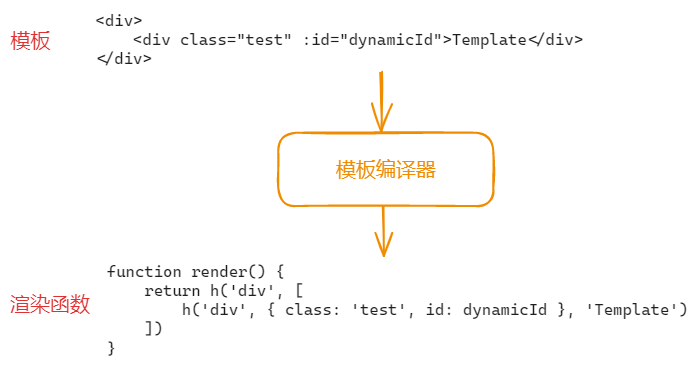
The Excalidraw diagram public/template-to-render.excalidraw.png in w2xi/vue3-slides, before a commit. Source tidied: one line per element, renumbered; positions are measured from the earlier drawing's top-left corner, leaving out a move shared by most shapes.
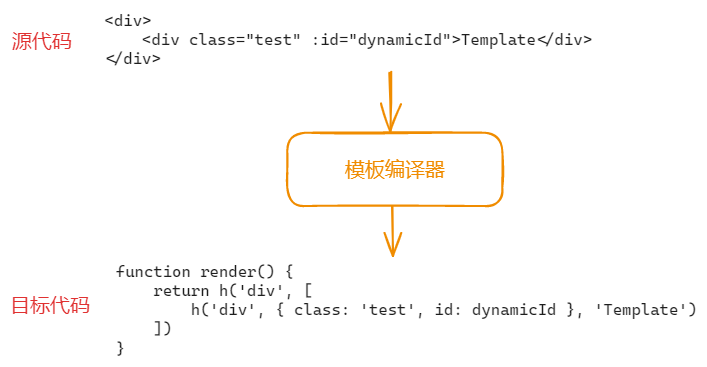
Later version of the same file.

What changed in the source:
```diff
@@ -4,5 +4,5 @@
 {"id": 3, "type": "text", "text": "模板编译器", "strokeColor": "#f08c00", "strokeWidth": 2, "roughness": 1, "fontSize": 20, "fontFamily": 3, "textAlign": "center", "verticalAlign": "middle", "inside": 2, "x": 326, "y": 147, "width": 100, "height": 24}
 {"id": 4, "type": "arrow", "strokeColor": "#f08c00", "strokeWidth": 2, "roughness": 1, "endArrowhead": "arrow", "round": true, "from": 0, "to": 2, "x": 371, "y": 63, "width": 0, "height": 59, "points": [[0, 0], [0, 59]]}
 {"id": 5, "type": "arrow", "strokeColor": "#f08c00", "strokeWidth": 2, "roughness": 1, "endArrowhead": "arrow", "round": true, "from": 2, "to": 1, "x": 373, "y": 196, "width": 0, "height": 49, "points": [[0, 0], [0, 49]]}
-{"id": 6, "type": "text", "text": "模板", "strokeColor": "#e03131", "strokeWidth": 2, "roughness": 1, "fontSize": 20, "fontFamily": 3, "x": 0, "y": 18, "width": 40, "height": 24}
+{"id": 6, "type": "text", "text": "源代码", "strokeColor": "#e03131", "strokeWidth": 2, "roughness": 1, "fontSize": 20, "fontFamily": 3, "x": -7, "y": 19, "width": 60, "height": 24}
-{"id": 7, "type": "text", "text": "渲染函数", "strokeColor": "#e03131", "strokeWidth": 2, "roughness": 1, "fontSize": 20, "fontFamily": 3, "x": 0, "y": 282, "width": 80, "height": 24}
+{"id": 7, "type": "text", "text": "目标代码", "strokeColor": "#e03131", "strokeWidth": 2, "roughness": 1, "fontSize": 20, "fontFamily": 3, "x": -9, "y": 283, "width": 80, "height": 24}
```
